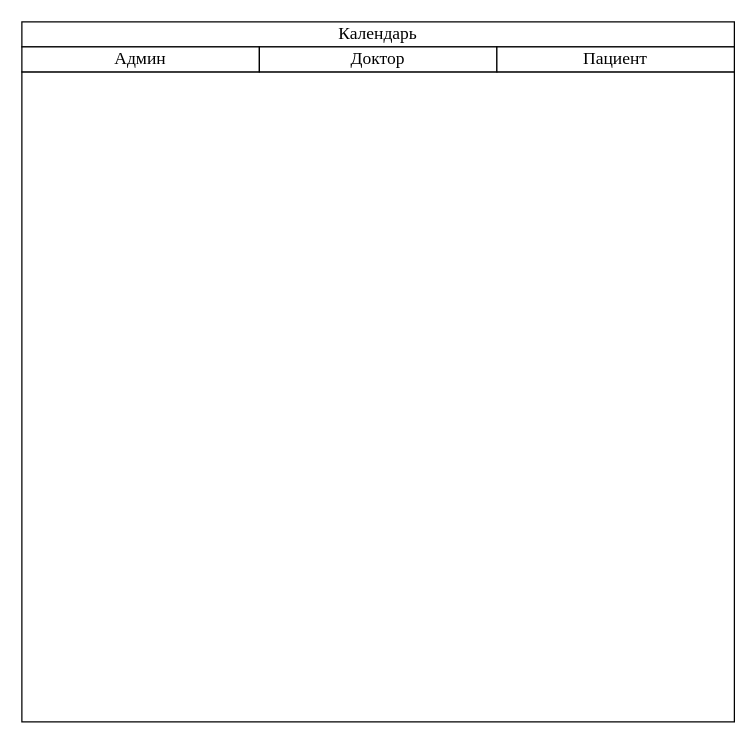
Before: calendar.drawio in arturyumaev/Bachelor-Diploma-Docs, a draw.io diagram. Source tidied: cells renumbered, new cells numbered last; positions are measured from the earlier drawing's top-left corner, leaving out a move shared by most shapes. Both pictures are drawn from the tidied source at 125%, with x=0, y=0 at pixel (21, 21).
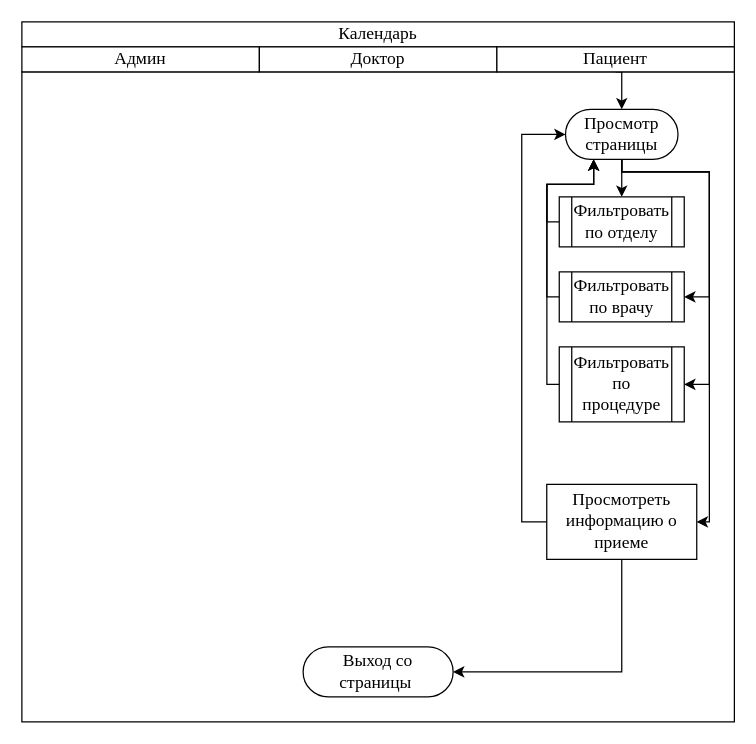
The same diagram, later.

The change refers to these unchanged cells:
```xml
<mxCell id="6" value="&lt;font style=&quot;font-size: 14px&quot; face=&quot;Times New Roman&quot;&gt;Пациент&lt;/font&gt;" style="rounded=0;whiteSpace=wrap;html=1;" parent="1" vertex="1">
  <mxGeometry x="380" y="20" width="190" height="20" as="geometry" />
</mxCell>
```

Diff of the diagram source:
```diff
@@
+    <mxCell id="7" style="edgeStyle=orthogonalEdgeStyle;rounded=0;jettySize=auto;html=1;exitX=0.5;exitY=1;exitDx=0;exitDy=0;entryX=0.5;entryY=0;entryDx=0;entryDy=0;" parent="1" edge="1" source="6" target="12">
+      <mxGeometry relative="1" as="geometry" />
+    </mxCell>
@@
+    <mxCell id="8" style="edgeStyle=orthogonalEdgeStyle;rounded=0;jettySize=auto;html=1;exitX=0.5;exitY=1;exitDx=0;exitDy=0;entryX=0.5;entryY=0;entryDx=0;entryDy=0;endArrow=classic;endFill=1;" parent="1" edge="1" source="12" target="14">
+      <mxGeometry relative="1" as="geometry" />
+    </mxCell>
+    <mxCell id="9" style="edgeStyle=orthogonalEdgeStyle;rounded=0;jettySize=auto;html=1;exitX=0.5;exitY=1;exitDx=0;exitDy=0;entryX=1;entryY=0.5;entryDx=0;entryDy=0;endArrow=classic;endFill=1;" parent="1" edge="1" source="12" target="16">
+      <mxGeometry relative="1" as="geometry">
+        <Array as="points">
+          <mxPoint x="480" y="120" />
+          <mxPoint x="550" y="120" />
+          <mxPoint x="550" y="220" />
+        </Array>
+      </mxGeometry>
+    </mxCell>
+    <mxCell id="10" style="edgeStyle=orthogonalEdgeStyle;rounded=0;jettySize=auto;html=1;exitX=0.5;exitY=1;exitDx=0;exitDy=0;entryX=1;entryY=0.5;entryDx=0;entryDy=0;" parent="1" edge="1" source="12">
+      <mxGeometry relative="1" as="geometry">
+        <mxPoint x="529.9" y="290" as="targetPoint" />
+        <Array as="points">
+          <mxPoint x="480" y="120" />
+          <mxPoint x="550" y="120" />
+          <mxPoint x="550" y="290" />
+        </Array>
+      </mxGeometry>
+    </mxCell>
+    <mxCell id="11" style="edgeStyle=orthogonalEdgeStyle;rounded=0;jettySize=auto;html=1;exitX=0.5;exitY=1;exitDx=0;exitDy=0;entryX=1;entryY=0.5;entryDx=0;entryDy=0;" parent="1" edge="1" source="12" target="21">
+      <mxGeometry relative="1" as="geometry">
+        <Array as="points">
+          <mxPoint x="480" y="120" />
+          <mxPoint x="550" y="120" />
+          <mxPoint x="550" y="400" />
+        </Array>
+      </mxGeometry>
+    </mxCell>
+    <mxCell id="12" value="&lt;font style=&quot;font-size: 14px&quot; face=&quot;Times New Roman&quot;&gt;Просмотр страницы&lt;/font&gt;" style="rounded=1;whiteSpace=wrap;html=1;fillColor=none;arcSize=50;" parent="1" vertex="1">
+      <mxGeometry x="434.9" y="70" width="90" height="40" as="geometry" />
+    </mxCell>
+    <mxCell id="13" style="edgeStyle=orthogonalEdgeStyle;rounded=0;jettySize=auto;html=1;exitX=0;exitY=0.5;exitDx=0;exitDy=0;entryX=0.25;entryY=1;entryDx=0;entryDy=0;endArrow=classic;endFill=1;" parent="1" edge="1" source="14" target="12">
+      <mxGeometry relative="1" as="geometry">
+        <Array as="points">
+          <mxPoint x="420" y="160" />
+          <mxPoint x="420" y="130" />
+          <mxPoint x="457" y="130" />
+        </Array>
+      </mxGeometry>
+    </mxCell>
+    <mxCell id="14" value="&lt;font style=&quot;font-size: 14px&quot; face=&quot;Times New Roman&quot;&gt;Фильтровать по отделу&lt;/font&gt;" style="shape=process;whiteSpace=wrap;html=1;backgroundOutline=1;fillColor=none;" parent="1" vertex="1">
+      <mxGeometry x="429.9" y="140" width="100" height="40" as="geometry" />
+    </mxCell>
+    <mxCell id="15" style="edgeStyle=orthogonalEdgeStyle;rounded=0;jettySize=auto;html=1;exitX=0;exitY=0.5;exitDx=0;exitDy=0;entryX=0.25;entryY=1;entryDx=0;entryDy=0;endArrow=classic;endFill=1;" parent="1" edge="1" source="16" target="12">
+      <mxGeometry relative="1" as="geometry">
+        <Array as="points">
+          <mxPoint x="420" y="220" />
+          <mxPoint x="420" y="130" />
+          <mxPoint x="457" y="130" />
+        </Array>
+      </mxGeometry>
+    </mxCell>
+    <mxCell id="16" value="&lt;font style=&quot;font-size: 14px&quot; face=&quot;Times New Roman&quot;&gt;Фильтровать по врачу&lt;/font&gt;" style="shape=process;whiteSpace=wrap;html=1;backgroundOutline=1;fillColor=none;" parent="1" vertex="1">
+      <mxGeometry x="429.9" y="200" width="100" height="40" as="geometry" />
+    </mxCell>
+    <mxCell id="17" style="edgeStyle=orthogonalEdgeStyle;rounded=0;jettySize=auto;html=1;exitX=0;exitY=0.5;exitDx=0;exitDy=0;entryX=0.25;entryY=1;entryDx=0;entryDy=0;" parent="1" edge="1" source="18" target="12">
+      <mxGeometry relative="1" as="geometry">
+        <Array as="points">
+          <mxPoint x="420" y="290" />
+          <mxPoint x="420" y="130" />
+          <mxPoint x="457" y="130" />
+        </Array>
+      </mxGeometry>
+    </mxCell>
+    <mxCell id="18" value="&lt;font style=&quot;font-size: 14px&quot; face=&quot;Times New Roman&quot;&gt;Фильтровать по процедуре&lt;/font&gt;" style="shape=process;whiteSpace=wrap;html=1;backgroundOutline=1;fillColor=none;" parent="1" vertex="1">
+      <mxGeometry x="429.9" y="260" width="100" height="60" as="geometry" />
+    </mxCell>
+    <mxCell id="19" style="edgeStyle=orthogonalEdgeStyle;rounded=0;jettySize=auto;html=1;exitX=0;exitY=0.5;exitDx=0;exitDy=0;entryX=0;entryY=0.5;entryDx=0;entryDy=0;" parent="1" edge="1" source="21" target="12">
+      <mxGeometry relative="1" as="geometry" />
+    </mxCell>
+    <mxCell id="20" style="edgeStyle=orthogonalEdgeStyle;rounded=0;jettySize=auto;html=1;exitX=0.5;exitY=1;exitDx=0;exitDy=0;entryX=1;entryY=0.5;entryDx=0;entryDy=0;" parent="1" edge="1" source="21" target="22">
+      <mxGeometry relative="1" as="geometry" />
+    </mxCell>
+    <mxCell id="21" value="&lt;font style=&quot;font-size: 14px&quot; face=&quot;Times New Roman&quot;&gt;Просмотреть информацию о приеме&lt;/font&gt;" style="rounded=0;whiteSpace=wrap;html=1;" parent="1" vertex="1">
+      <mxGeometry x="419.9" y="370" width="120" height="60" as="geometry" />
+    </mxCell>
+    <mxCell id="22" value="&lt;font style=&quot;font-size: 14px&quot; face=&quot;Times New Roman&quot;&gt;Выход со страницы&amp;nbsp;&lt;/font&gt;" style="rounded=1;whiteSpace=wrap;html=1;fillColor=none;arcSize=50;" parent="1" vertex="1">
+      <mxGeometry x="225" y="500" width="120" height="40" as="geometry" />
+    </mxCell>
```
